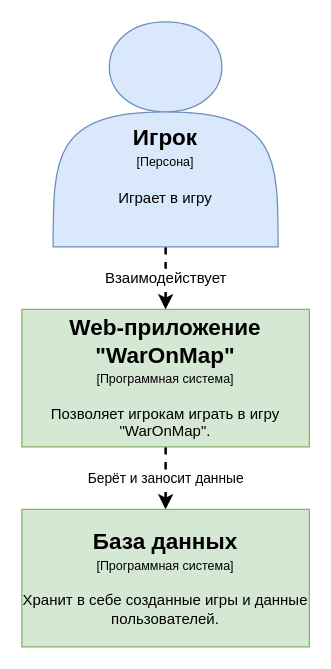
Before: Модельный граф/Model-graph_Context-diagram.drawio in 7kia/dissertation-of-master-student, a draw.io diagram. Source tidied: cells renumbered, new cells numbered last; positions are measured from the earlier drawing's top-left corner, leaving out a move shared by most shapes. Both pictures are drawn from the tidied source at 125%, with x=0, y=0 at pixel (21, 21).
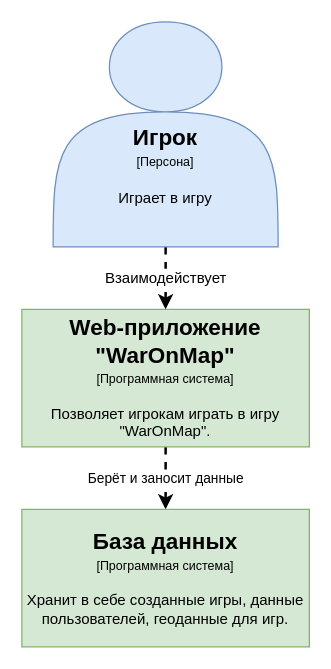
The same page after the edit.

Commit message (it also covers changes not shown here):
Добавлена диаграмма контейнеров для модельного графа

Change to the diagram source:
```diff
@@
 <mxGraphModel>
   <root>
     <mxCell id="0" />
     <mxCell id="1" parent="0" />
     <mxCell id="2" value="Берёт и заносит данные" style="edgeStyle=orthogonalEdgeStyle;rounded=0;jettySize=auto;html=1;exitX=0.5;exitY=1;exitDx=0;exitDy=0;dashed=1;strokeWidth=2;" parent="1" edge="1" source="3" target="6">
       <mxGeometry relative="1" as="geometry" />
     </mxCell>
     <mxCell id="3" value="&lt;div&gt;&lt;b&gt;&lt;font style=&quot;font-size: 18px&quot;&gt;Web-приложение &quot;WarOnMap&quot;&lt;/font&gt;&lt;/b&gt;&lt;br&gt;&lt;/div&gt;&lt;div&gt;&lt;font style=&quot;font-size: 10px&quot;&gt;[&lt;/font&gt;&lt;font style=&quot;font-size: 10px&quot;&gt;&lt;span class=&quot;tlid-translation translation&quot; lang=&quot;ru&quot;&gt;&lt;span title=&quot;&quot; class=&quot;&quot;&gt;Программная система&lt;/span&gt;&lt;/span&gt;]&lt;/font&gt;&lt;/div&gt;&lt;div&gt;&lt;font style=&quot;font-size: 10px&quot;&gt;&lt;br&gt;&lt;/font&gt;&lt;/div&gt;&lt;div&gt;Позволяет игрокам играть в игру &quot;WarOnMap&quot;.&lt;br&gt;&lt;/div&gt;" style="rounded=0;whiteSpace=wrap;html=1;fillColor=#d5e8d4;strokeColor=#82b366;" parent="1" vertex="1">
       <mxGeometry y="230" width="230" height="110" as="geometry" />
     </mxCell>
     <mxCell id="4" value="&lt;font style=&quot;font-size: 12px&quot;&gt;Взаимодействует&lt;/font&gt;" style="edgeStyle=orthogonalEdgeStyle;rounded=0;jettySize=auto;html=1;exitX=0.5;exitY=1;exitDx=0;exitDy=0;entryX=0.5;entryY=0;entryDx=0;entryDy=0;dashed=1;strokeWidth=2;" parent="1" edge="1" source="5" target="3">
       <mxGeometry relative="1" as="geometry" />
     </mxCell>
     <mxCell id="5" value="&lt;div&gt;&lt;br&gt;&lt;/div&gt;&lt;div&gt;&lt;br&gt;&lt;/div&gt;&lt;div&gt;&lt;b&gt;&lt;font style=&quot;font-size: 18px&quot;&gt;&lt;br&gt;&lt;/font&gt;&lt;/b&gt;&lt;/div&gt;&lt;div&gt;&lt;b&gt;&lt;font style=&quot;font-size: 18px&quot;&gt;Игрок&lt;br&gt;&lt;/font&gt;&lt;/b&gt;&lt;/div&gt;&lt;div&gt;&lt;font style=&quot;font-size: 10px&quot;&gt;[Персона]&lt;/font&gt;&lt;/div&gt;&lt;div&gt;&lt;font style=&quot;font-size: 10px&quot;&gt;&lt;br&gt;&lt;/font&gt;&lt;/div&gt;&lt;div&gt;Играет в игру&lt;br&gt;&lt;/div&gt;" style="shape=actor;whiteSpace=wrap;html=1;fillColor=#dae8fc;strokeColor=#6c8ebf;" parent="1" vertex="1">
       <mxGeometry x="25" width="180" height="180" as="geometry" />
     </mxCell>
-    <mxCell id="6" value="&lt;div&gt;&lt;b&gt;&lt;font style=&quot;font-size: 18px&quot;&gt;База данных&lt;/font&gt;&lt;/b&gt;&lt;br&gt;&lt;/div&gt;&lt;div&gt;&lt;font style=&quot;font-size: 10px&quot;&gt;[&lt;/font&gt;&lt;font style=&quot;font-size: 10px&quot;&gt;&lt;span class=&quot;tlid-translation translation&quot; lang=&quot;ru&quot;&gt;&lt;span title=&quot;&quot; class=&quot;&quot;&gt;Программная система&lt;/span&gt;&lt;/span&gt;]&lt;/font&gt;&lt;/div&gt;&lt;div&gt;&lt;font style=&quot;font-size: 10px&quot;&gt;&lt;br&gt;&lt;/font&gt;&lt;/div&gt;&lt;div&gt;Хранит в себе созданные игры и данные пользователей.&lt;br&gt;&lt;/div&gt;" style="rounded=0;whiteSpace=wrap;html=1;fillColor=#d5e8d4;strokeColor=#82b366;" parent="1" vertex="1">
+    <mxCell id="6" value="&lt;div&gt;&lt;b&gt;&lt;font style=&quot;font-size: 18px&quot;&gt;База данных&lt;/font&gt;&lt;/b&gt;&lt;br&gt;&lt;/div&gt;&lt;div&gt;&lt;font style=&quot;font-size: 10px&quot;&gt;[&lt;/font&gt;&lt;font style=&quot;font-size: 10px&quot;&gt;&lt;span class=&quot;tlid-translation translation&quot; lang=&quot;ru&quot;&gt;&lt;span title=&quot;&quot; class=&quot;&quot;&gt;Программная система&lt;/span&gt;&lt;/span&gt;]&lt;/font&gt;&lt;/div&gt;&lt;div&gt;&lt;font style=&quot;font-size: 10px&quot;&gt;&lt;br&gt;&lt;/font&gt;&lt;/div&gt;&lt;div&gt;Хранит в себе созданные игры, данные пользователей, геоданные для игр.&lt;br&gt;&lt;/div&gt;" style="rounded=0;whiteSpace=wrap;html=1;fillColor=#d5e8d4;strokeColor=#82b366;" parent="1" vertex="1">
       <mxGeometry y="390" width="230" height="110" as="geometry" />
     </mxCell>
   </root>
 </mxGraphModel>
```
